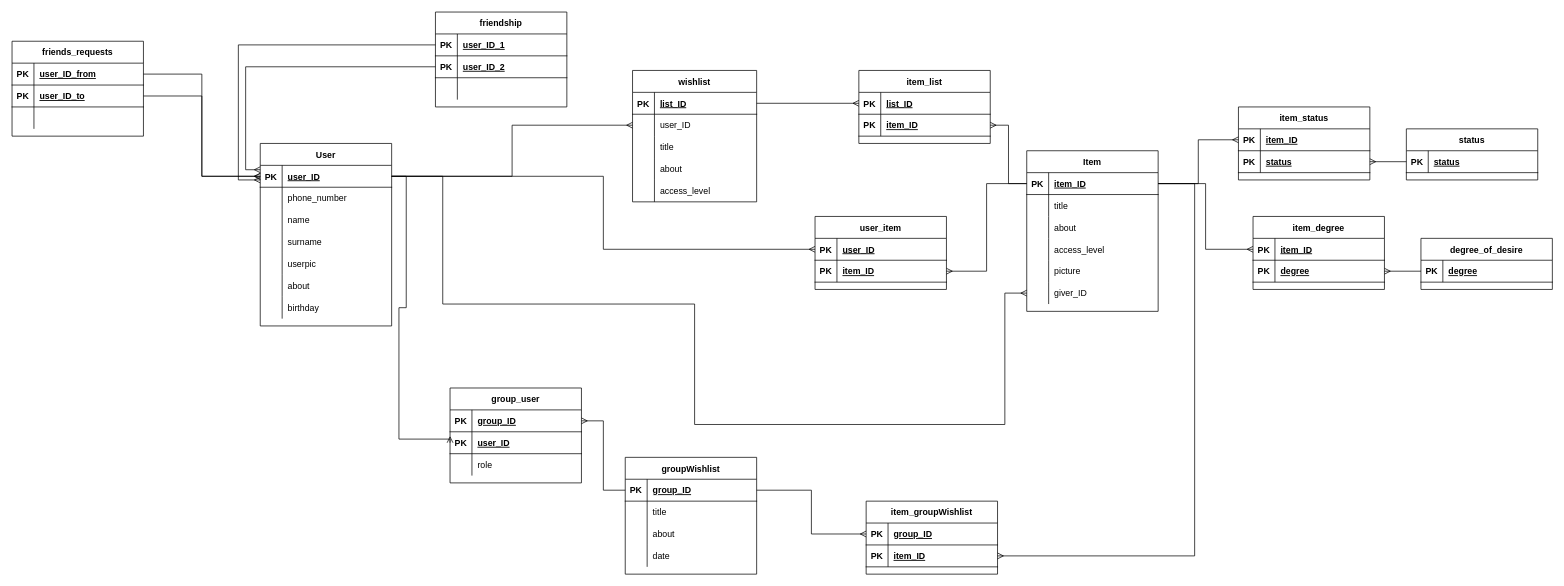
johuex/wishlist_rest keeps this draw.io diagram as ER_wishlist.drawio. Above is the earlier version. Source tidied: cells renumbered, new cells numbered last; positions are measured from the earlier drawing's top-left corner, leaving out a move shared by most shapes. Both pictures are drawn from the tidied source at 73%, with x=0, y=0 at pixel (12, 12).
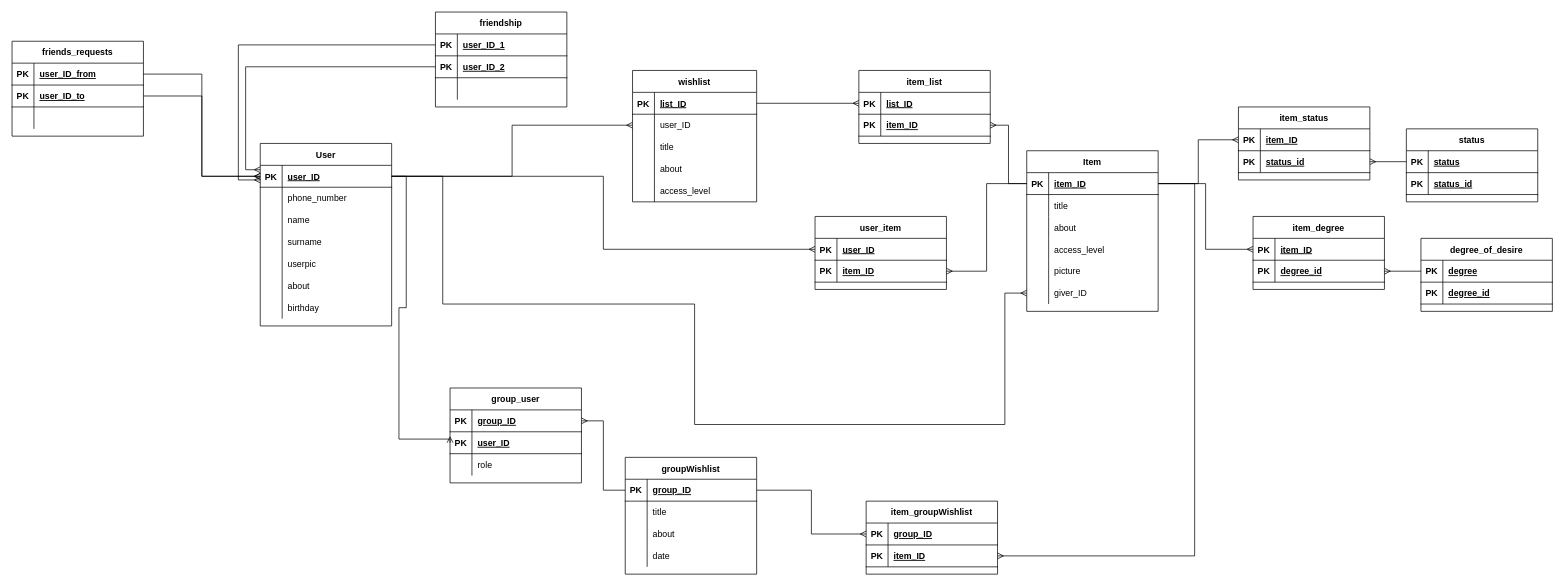
Above is the later version.

Unchanged cells that the change refers to:
```xml
<mxCell id="124" style="shape=partialRectangle;fillColor=none;top=0;left=0;bottom=1;right=0;points=[[0,0.5],[1,0.5]];portConstraint=eastwest;" parent="120" vertex="1">
  <mxGeometry y="60" width="180" height="30" as="geometry" />
</mxCell>
<mxCell id="135" style="shape=partialRectangle;fillColor=none;top=0;left=0;bottom=1;right=0;points=[[0,0.5],[1,0.5]];portConstraint=eastwest;" parent="131" vertex="1">
  <mxGeometry y="60" width="180" height="30" as="geometry" />
</mxCell>
```

Diff of the diagram source:
```diff
@@
-    <mxCell id="126" value="status" style="shape=partialRectangle;fillColor=none;top=0;left=0;bottom=0;right=0;align=left;spacingLeft=6;fontStyle=5;overflow=hidden;" parent="124" vertex="1">
+    <mxCell id="126" value="status_id" style="shape=partialRectangle;fillColor=none;top=0;left=0;bottom=0;right=0;align=left;spacingLeft=6;fontStyle=5;overflow=hidden;" parent="124" vertex="1">
       <mxGeometry x="30" width="150" height="30" as="geometry" />
     </mxCell>
     <mxCell id="127" value="status" style="shape=table;startSize=30;childLayout=tableLayout;rowLines=0;fontStyle=1;align=center;" parent="1" vertex="1">
-      <mxGeometry x="1910" y="160" width="180" height="70" as="geometry" />
+      <mxGeometry x="1910" y="160" width="180" height="100" as="geometry" />
     </mxCell>
@@
+    <mxCell id="163" style="shape=partialRectangle;fillColor=none;top=0;left=0;bottom=1;right=0;" parent="127" vertex="1">
+      <mxGeometry y="60" width="180" height="30" as="geometry" />
+    </mxCell>
+    <mxCell id="164" value="PK" style="shape=partialRectangle;fillColor=none;top=0;left=0;bottom=0;right=0;fontStyle=1;overflow=hidden;" parent="163" vertex="1">
+      <mxGeometry width="30" height="30" as="geometry" />
+    </mxCell>
+    <mxCell id="165" value="status_id" style="shape=partialRectangle;fillColor=none;top=0;left=0;bottom=0;right=0;align=left;spacingLeft=6;fontStyle=5;overflow=hidden;" parent="163" vertex="1">
+      <mxGeometry x="30" width="150" height="30" as="geometry" />
+    </mxCell>
@@
-    <mxCell id="137" value="degree" style="shape=partialRectangle;fillColor=none;top=0;left=0;bottom=0;right=0;align=left;spacingLeft=6;fontStyle=5;overflow=hidden;" parent="135" vertex="1">
+    <mxCell id="137" value="degree_id" style="shape=partialRectangle;fillColor=none;top=0;left=0;bottom=0;right=0;align=left;spacingLeft=6;fontStyle=5;overflow=hidden;" parent="135" vertex="1">
       <mxGeometry x="30" width="150" height="30" as="geometry" />
     </mxCell>
     <mxCell id="138" value="degree_of_desire" style="shape=table;startSize=30;childLayout=tableLayout;rowLines=0;fontStyle=1;align=center;" parent="1" vertex="1">
-      <mxGeometry x="1930" y="310" width="180" height="70" as="geometry" />
+      <mxGeometry x="1930" y="310" width="180" height="100" as="geometry" />
     </mxCell>
@@
+    <mxCell id="166" style="shape=partialRectangle;fillColor=none;top=0;left=0;bottom=1;right=0;" parent="138" vertex="1">
+      <mxGeometry y="60" width="180" height="30" as="geometry" />
+    </mxCell>
+    <mxCell id="167" value="PK" style="shape=partialRectangle;fillColor=none;top=0;left=0;bottom=0;right=0;fontStyle=1;overflow=hidden;" parent="166" vertex="1">
+      <mxGeometry width="30" height="30" as="geometry" />
+    </mxCell>
+    <mxCell id="168" value="degree_id" style="shape=partialRectangle;fillColor=none;top=0;left=0;bottom=0;right=0;align=left;spacingLeft=6;fontStyle=5;overflow=hidden;" parent="166" vertex="1">
+      <mxGeometry x="30" width="150" height="30" as="geometry" />
+    </mxCell>
```
